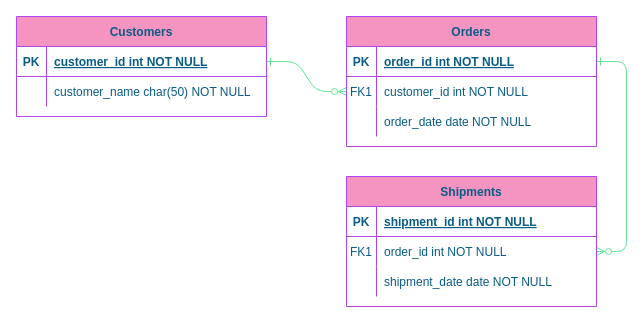
This is Untitled Diagram.drawio from UTCh-BIS-Team/Entity-Relationship-Model, a draw.io file, before an edit. Source tidied: cells renumbered, new cells numbered last; positions are measured from the earlier drawing's top-left corner, leaving out a move shared by most shapes. Both pictures are drawn from the tidied source at 100%, with x=0, y=0 at pixel (16, 16).
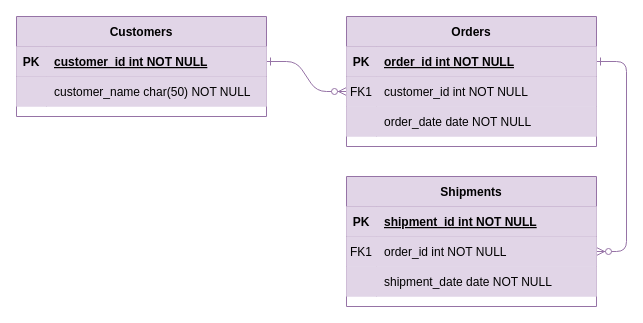
Above is the later version.

Commit message:
changing colors of the tables

Diff of the diagram source:
```diff
@@
-    <mxCell id="2" style="edgeStyle=entityRelationEdgeStyle;endArrow=ERzeroToMany;startArrow=ERone;endFill=1;startFill=0;strokeColor=#60E696;fontColor=#095C86;" parent="1" edge="1" source="25" target="8">
+    <mxCell id="2" style="edgeStyle=entityRelationEdgeStyle;endArrow=ERzeroToMany;startArrow=ERone;endFill=1;startFill=0;fillColor=#e1d5e7;strokeColor=#9673a6;" parent="1" edge="1" source="25" target="8">
       <mxGeometry relative="1" as="geometry" />
     </mxCell>
-    <mxCell id="3" style="edgeStyle=entityRelationEdgeStyle;endArrow=ERzeroToMany;startArrow=ERone;endFill=1;startFill=0;strokeColor=#60E696;fontColor=#095C86;" parent="1" edge="1" source="5" target="18">
+    <mxCell id="3" style="edgeStyle=entityRelationEdgeStyle;endArrow=ERzeroToMany;startArrow=ERone;endFill=1;startFill=0;fillColor=#e1d5e7;strokeColor=#9673a6;" parent="1" edge="1" source="5" target="18">
       <mxGeometry relative="1" as="geometry" />
     </mxCell>
-    <mxCell id="4" value="Orders" style="shape=table;startSize=30;childLayout=tableLayout;rowLines=0;fontStyle=1;align=center;fillColor=#F694C1;strokeColor=#AF45ED;fontColor=#095C86;" parent="1" vertex="1">
+    <mxCell id="4" value="Orders" style="shape=table;startSize=30;childLayout=tableLayout;rowLines=0;fontStyle=1;align=center;fillColor=#e1d5e7;strokeColor=#9673a6;" parent="1" vertex="1">
       <mxGeometry x="330" width="250" height="130" as="geometry" />
     </mxCell>
-    <mxCell id="5" style="shape=partialRectangle;fillColor=none;points=[[0,0.5],[1,0.5]];portConstraint=eastwest;top=0;left=0;right=0;bottom=1;strokeColor=#AF45ED;fontColor=#095C86;" parent="4" vertex="1">
+    <mxCell id="5" style="shape=partialRectangle;fillColor=#e1d5e7;points=[[0,0.5],[1,0.5]];portConstraint=eastwest;top=0;left=0;right=0;bottom=1;strokeColor=#9673a6;" parent="4" vertex="1">
       <mxGeometry y="30" width="250" height="30" as="geometry" />
     </mxCell>
-    <mxCell id="6" value="PK" style="shape=partialRectangle;overflow=hidden;fillColor=none;top=0;left=0;bottom=0;right=0;fontStyle=1;strokeColor=#AF45ED;fontColor=#095C86;" parent="5" vertex="1">
+    <mxCell id="6" value="PK" style="shape=partialRectangle;overflow=hidden;fillColor=#e1d5e7;top=0;left=0;bottom=0;right=0;fontStyle=1;strokeColor=#9673a6;" parent="5" vertex="1">
       <mxGeometry width="30" height="30" as="geometry" />
     </mxCell>
-    <mxCell id="7" value="order_id int NOT NULL " style="shape=partialRectangle;overflow=hidden;fillColor=none;top=0;left=0;bottom=0;right=0;align=left;spacingLeft=6;fontStyle=5;strokeColor=#AF45ED;fontColor=#095C86;" parent="5" vertex="1">
+    <mxCell id="7" value="order_id int NOT NULL " style="shape=partialRectangle;overflow=hidden;fillColor=#e1d5e7;top=0;left=0;bottom=0;right=0;align=left;spacingLeft=6;fontStyle=5;strokeColor=#9673a6;" parent="5" vertex="1">
       <mxGeometry x="30" width="220" height="30" as="geometry" />
     </mxCell>
-    <mxCell id="8" style="shape=partialRectangle;fillColor=none;points=[[0,0.5],[1,0.5]];portConstraint=eastwest;top=0;left=0;right=0;bottom=0;strokeColor=#AF45ED;fontColor=#095C86;" parent="4" vertex="1">
+    <mxCell id="8" style="shape=partialRectangle;fillColor=#e1d5e7;points=[[0,0.5],[1,0.5]];portConstraint=eastwest;top=0;left=0;right=0;bottom=0;strokeColor=#9673a6;" parent="4" vertex="1">
       <mxGeometry y="60" width="250" height="30" as="geometry" />
     </mxCell>
-    <mxCell id="9" value="FK1" style="shape=partialRectangle;overflow=hidden;fillColor=none;top=0;left=0;bottom=0;right=0;strokeColor=#AF45ED;fontColor=#095C86;" parent="8" vertex="1">
+    <mxCell id="9" value="FK1" style="shape=partialRectangle;overflow=hidden;fillColor=#e1d5e7;top=0;left=0;bottom=0;right=0;strokeColor=#9673a6;" parent="8" vertex="1">
       <mxGeometry width="30" height="30" as="geometry" />
     </mxCell>
-    <mxCell id="10" value="customer_id int NOT NULL" style="shape=partialRectangle;overflow=hidden;fillColor=none;top=0;left=0;bottom=0;right=0;align=left;spacingLeft=6;strokeColor=#AF45ED;fontColor=#095C86;" parent="8" vertex="1">
+    <mxCell id="10" value="customer_id int NOT NULL" style="shape=partialRectangle;overflow=hidden;fillColor=#e1d5e7;top=0;left=0;bottom=0;right=0;align=left;spacingLeft=6;strokeColor=#9673a6;" parent="8" vertex="1">
       <mxGeometry x="30" width="220" height="30" as="geometry" />
     </mxCell>
-    <mxCell id="11" style="shape=partialRectangle;fillColor=none;top=0;left=0;right=0;bottom=0;strokeColor=#AF45ED;fontColor=#095C86;" parent="4" vertex="1">
+    <mxCell id="11" style="shape=partialRectangle;fillColor=#e1d5e7;top=0;left=0;right=0;bottom=0;strokeColor=#9673a6;" parent="4" vertex="1">
       <mxGeometry y="90" width="250" height="30" as="geometry" />
     </mxCell>
-    <mxCell id="12" style="shape=partialRectangle;overflow=hidden;fillColor=none;top=0;left=0;bottom=0;right=0;strokeColor=#AF45ED;fontColor=#095C86;" parent="11" vertex="1">
+    <mxCell id="12" style="shape=partialRectangle;overflow=hidden;fillColor=#e1d5e7;top=0;left=0;bottom=0;right=0;strokeColor=#9673a6;" parent="11" vertex="1">
       <mxGeometry width="30" height="30" as="geometry" />
     </mxCell>
-    <mxCell id="13" value="order_date date NOT NULL" style="shape=partialRectangle;overflow=hidden;fillColor=none;top=0;left=0;bottom=0;right=0;align=left;spacingLeft=6;strokeColor=#AF45ED;fontColor=#095C86;" parent="11" vertex="1">
+    <mxCell id="13" value="order_date date NOT NULL" style="shape=partialRectangle;overflow=hidden;fillColor=#e1d5e7;top=0;left=0;bottom=0;right=0;align=left;spacingLeft=6;strokeColor=#9673a6;" parent="11" vertex="1">
       <mxGeometry x="30" width="220" height="30" as="geometry" />
     </mxCell>
-    <mxCell id="14" value="Shipments" style="shape=table;startSize=30;childLayout=tableLayout;rowLines=0;fontStyle=1;align=center;fillColor=#F694C1;strokeColor=#AF45ED;fontColor=#095C86;" parent="1" vertex="1">
+    <mxCell id="14" value="Shipments" style="shape=table;startSize=30;childLayout=tableLayout;rowLines=0;fontStyle=1;align=center;fillColor=#e1d5e7;strokeColor=#9673a6;" parent="1" vertex="1">
       <mxGeometry x="330" y="160" width="250" height="130" as="geometry" />
     </mxCell>
-    <mxCell id="15" style="shape=partialRectangle;fillColor=none;top=0;left=0;right=0;bottom=1;strokeColor=#AF45ED;fontColor=#095C86;" parent="14" vertex="1">
+    <mxCell id="15" style="shape=partialRectangle;fillColor=#e1d5e7;top=0;left=0;right=0;bottom=1;strokeColor=#9673a6;" parent="14" vertex="1">
       <mxGeometry y="30" width="250" height="30" as="geometry" />
     </mxCell>
-    <mxCell id="16" value="PK" style="shape=partialRectangle;overflow=hidden;fillColor=none;top=0;left=0;bottom=0;right=0;fontStyle=1;strokeColor=#AF45ED;fontColor=#095C86;" parent="15" vertex="1">
+    <mxCell id="16" value="PK" style="shape=partialRectangle;overflow=hidden;fillColor=#e1d5e7;top=0;left=0;bottom=0;right=0;fontStyle=1;strokeColor=#9673a6;" parent="15" vertex="1">
       <mxGeometry width="30" height="30" as="geometry" />
     </mxCell>
-    <mxCell id="17" value="shipment_id int NOT NULL " style="shape=partialRectangle;overflow=hidden;fillColor=none;top=0;left=0;bottom=0;right=0;align=left;spacingLeft=6;fontStyle=5;strokeColor=#AF45ED;fontColor=#095C86;" parent="15" vertex="1">
+    <mxCell id="17" value="shipment_id int NOT NULL " style="shape=partialRectangle;overflow=hidden;fillColor=#e1d5e7;top=0;left=0;bottom=0;right=0;align=left;spacingLeft=6;fontStyle=5;strokeColor=#9673a6;" parent="15" vertex="1">
       <mxGeometry x="30" width="220" height="30" as="geometry" />
     </mxCell>
-    <mxCell id="18" style="shape=partialRectangle;fillColor=none;points=[[0,0.5],[1,0.5]];portConstraint=eastwest;top=0;left=0;right=0;bottom=0;strokeColor=#AF45ED;fontColor=#095C86;" parent="14" vertex="1">
+    <mxCell id="18" style="shape=partialRectangle;fillColor=#e1d5e7;points=[[0,0.5],[1,0.5]];portConstraint=eastwest;top=0;left=0;right=0;bottom=0;strokeColor=#9673a6;" parent="14" vertex="1">
       <mxGeometry y="60" width="250" height="30" as="geometry" />
     </mxCell>
-    <mxCell id="19" value="FK1" style="shape=partialRectangle;overflow=hidden;fillColor=none;top=0;left=0;bottom=0;right=0;strokeColor=#AF45ED;fontColor=#095C86;" parent="18" vertex="1">
+    <mxCell id="19" value="FK1" style="shape=partialRectangle;overflow=hidden;fillColor=#e1d5e7;top=0;left=0;bottom=0;right=0;strokeColor=#9673a6;" parent="18" vertex="1">
       <mxGeometry width="30" height="30" as="geometry" />
     </mxCell>
-    <mxCell id="20" value="order_id int NOT NULL" style="shape=partialRectangle;overflow=hidden;fillColor=none;top=0;left=0;bottom=0;right=0;align=left;spacingLeft=6;strokeColor=#AF45ED;fontColor=#095C86;" parent="18" vertex="1">
+    <mxCell id="20" value="order_id int NOT NULL" style="shape=partialRectangle;overflow=hidden;fillColor=#e1d5e7;top=0;left=0;bottom=0;right=0;align=left;spacingLeft=6;strokeColor=#9673a6;" parent="18" vertex="1">
       <mxGeometry x="30" width="220" height="30" as="geometry" />
     </mxCell>
-    <mxCell id="21" style="shape=partialRectangle;fillColor=none;top=0;left=0;right=0;bottom=0;strokeColor=#AF45ED;fontColor=#095C86;" parent="14" vertex="1">
+    <mxCell id="21" style="shape=partialRectangle;fillColor=#e1d5e7;top=0;left=0;right=0;bottom=0;strokeColor=#9673a6;" parent="14" vertex="1">
       <mxGeometry y="90" width="250" height="30" as="geometry" />
     </mxCell>
-    <mxCell id="22" style="shape=partialRectangle;overflow=hidden;fillColor=none;top=0;left=0;bottom=0;right=0;strokeColor=#AF45ED;fontColor=#095C86;" parent="21" vertex="1">
+    <mxCell id="22" style="shape=partialRectangle;overflow=hidden;fillColor=#e1d5e7;top=0;left=0;bottom=0;right=0;strokeColor=#9673a6;" parent="21" vertex="1">
       <mxGeometry width="30" height="30" as="geometry" />
     </mxCell>
-    <mxCell id="23" value="shipment_date date NOT NULL" style="shape=partialRectangle;overflow=hidden;fillColor=none;top=0;left=0;bottom=0;right=0;align=left;spacingLeft=6;strokeColor=#AF45ED;fontColor=#095C86;" parent="21" vertex="1">
+    <mxCell id="23" value="shipment_date date NOT NULL" style="shape=partialRectangle;overflow=hidden;fillColor=#e1d5e7;top=0;left=0;bottom=0;right=0;align=left;spacingLeft=6;strokeColor=#9673a6;" parent="21" vertex="1">
       <mxGeometry x="30" width="220" height="30" as="geometry" />
     </mxCell>
-    <mxCell id="24" value="Customers" style="shape=table;startSize=30;childLayout=tableLayout;rowLines=0;fontStyle=1;align=center;fillColor=#F694C1;strokeColor=#AF45ED;fontColor=#095C86;" parent="1" vertex="1">
+    <mxCell id="24" value="Customers" style="shape=table;startSize=30;childLayout=tableLayout;rowLines=0;fontStyle=1;align=center;fillColor=#e1d5e7;strokeColor=#9673a6;" parent="1" vertex="1">
       <mxGeometry width="250" height="100" as="geometry" />
     </mxCell>
-    <mxCell id="25" style="shape=partialRectangle;fillColor=none;points=[[0,0.5],[1,0.5]];portConstraint=eastwest;top=0;left=0;right=0;bottom=1;strokeColor=#AF45ED;fontColor=#095C86;" parent="24" vertex="1">
+    <mxCell id="25" style="shape=partialRectangle;fillColor=#e1d5e7;points=[[0,0.5],[1,0.5]];portConstraint=eastwest;top=0;left=0;right=0;bottom=1;strokeColor=#9673a6;" parent="24" vertex="1">
       <mxGeometry y="30" width="250" height="30" as="geometry" />
     </mxCell>
-    <mxCell id="26" value="PK" style="shape=partialRectangle;overflow=hidden;fillColor=none;top=0;left=0;bottom=0;right=0;fontStyle=1;strokeColor=#AF45ED;fontColor=#095C86;" parent="25" vertex="1">
+    <mxCell id="26" value="PK" style="shape=partialRectangle;overflow=hidden;fillColor=#e1d5e7;top=0;left=0;bottom=0;right=0;fontStyle=1;strokeColor=#9673a6;" parent="25" vertex="1">
       <mxGeometry width="30" height="30" as="geometry" />
     </mxCell>
-    <mxCell id="27" value="customer_id int NOT NULL " style="shape=partialRectangle;overflow=hidden;fillColor=none;top=0;left=0;bottom=0;right=0;align=left;spacingLeft=6;fontStyle=5;strokeColor=#AF45ED;fontColor=#095C86;" parent="25" vertex="1">
+    <mxCell id="27" value="customer_id int NOT NULL " style="shape=partialRectangle;overflow=hidden;fillColor=#e1d5e7;top=0;left=0;bottom=0;right=0;align=left;spacingLeft=6;fontStyle=5;strokeColor=#9673a6;" parent="25" vertex="1">
       <mxGeometry x="30" width="220" height="30" as="geometry" />
     </mxCell>
-    <mxCell id="28" style="shape=partialRectangle;fillColor=none;top=0;left=0;right=0;bottom=0;strokeColor=#AF45ED;fontColor=#095C86;" parent="24" vertex="1">
+    <mxCell id="28" style="shape=partialRectangle;fillColor=#e1d5e7;top=0;left=0;right=0;bottom=0;strokeColor=#9673a6;" parent="24" vertex="1">
       <mxGeometry y="60" width="250" height="30" as="geometry" />
     </mxCell>
-    <mxCell id="29" style="shape=partialRectangle;overflow=hidden;fillColor=none;top=0;left=0;bottom=0;right=0;strokeColor=#AF45ED;fontColor=#095C86;" parent="28" vertex="1">
+    <mxCell id="29" style="shape=partialRectangle;overflow=hidden;fillColor=#e1d5e7;top=0;left=0;bottom=0;right=0;strokeColor=#9673a6;" parent="28" vertex="1">
       <mxGeometry width="30" height="30" as="geometry" />
     </mxCell>
-    <mxCell id="30" value="customer_name char(50) NOT NULL" style="shape=partialRectangle;overflow=hidden;fillColor=none;top=0;left=0;bottom=0;right=0;align=left;spacingLeft=6;strokeColor=#AF45ED;fontColor=#095C86;" parent="28" vertex="1">
+    <mxCell id="30" value="customer_name char(50) NOT NULL" style="shape=partialRectangle;overflow=hidden;fillColor=#e1d5e7;top=0;left=0;bottom=0;right=0;align=left;spacingLeft=6;strokeColor=#9673a6;" parent="28" vertex="1">
       <mxGeometry x="30" width="220" height="30" as="geometry" />
     </mxCell>
```
